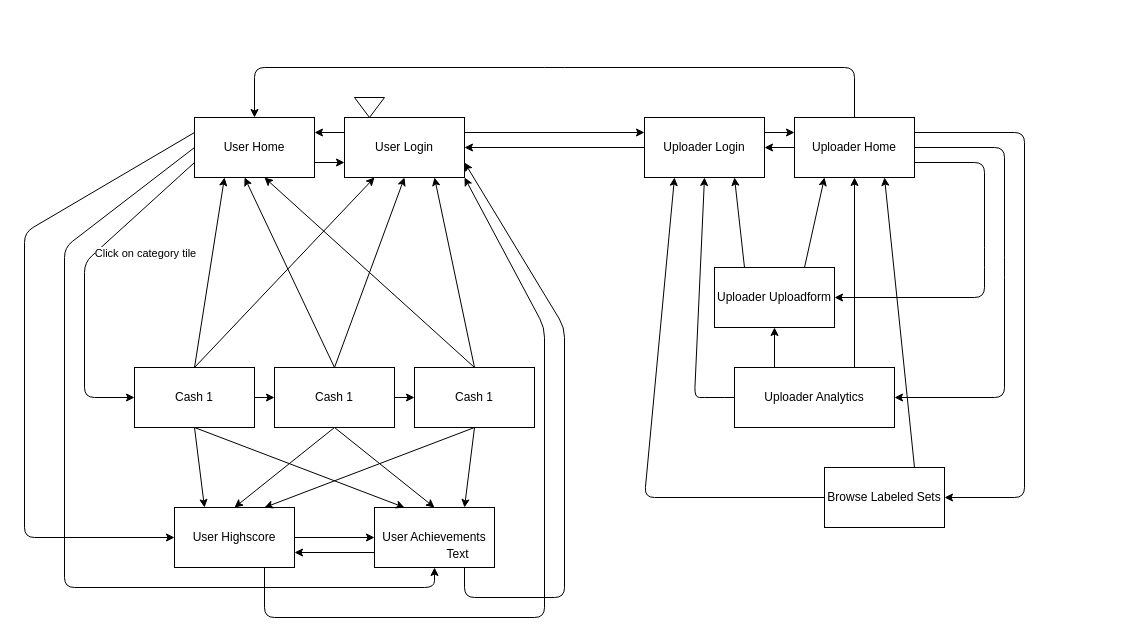
Earlier version of the draw.io diagram flowchart.drawio (loychris/image-labeler-app). Source tidied: cells renumbered, new cells numbered last; positions are measured from the earlier drawing's top-left corner, leaving out a move shared by most shapes. Both pictures are drawn from the tidied source at 100%, with x=0, y=0 at pixel (24, 67).
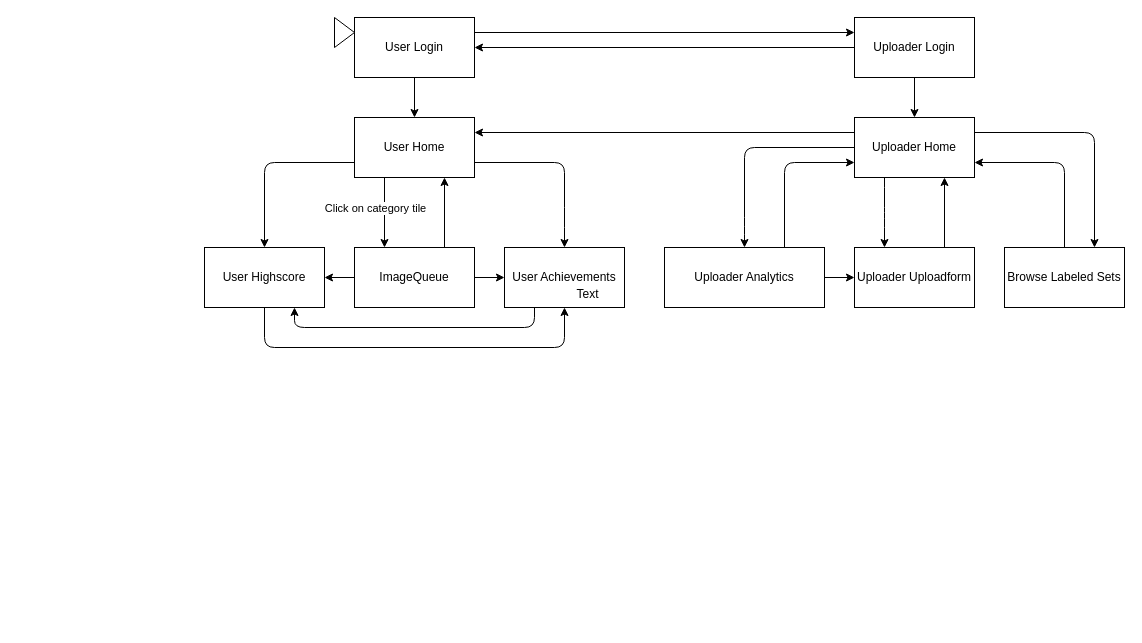
Above is the later version.

Commit message:
Remove all arrows back to login. Rearranged, now flow from top to bottom.

What changed in the source:
```diff
@@
-    <mxCell id="2" value="Uploader Login" style="rounded=0;whiteSpace=wrap;html=1;" parent="1" vertex="1">
-      <mxGeometry x="620" y="50" width="120" height="60" as="geometry" />
-    </mxCell>
     <mxCell id="3" value="User Home" style="rounded=0;whiteSpace=wrap;html=1;" parent="1" vertex="1">
-      <mxGeometry x="170" y="50" width="120" height="60" as="geometry" />
+      <mxGeometry x="330" y="50" width="120" height="60" as="geometry" />
     </mxCell>
     <mxCell id="4" value="Uploader Home" style="rounded=0;whiteSpace=wrap;html=1;" parent="1" vertex="1">
-      <mxGeometry x="770" y="50" width="120" height="60" as="geometry" />
+      <mxGeometry x="830" y="50" width="120" height="60" as="geometry" />
     </mxCell>
     <mxCell id="5" value="User Login" style="rounded=0;whiteSpace=wrap;html=1;" parent="1" vertex="1">
-      <mxGeometry x="320" y="50" width="120" height="60" as="geometry" />
+      <mxGeometry x="330" y="-50" width="120" height="60" as="geometry" />
     </mxCell>
     <mxCell id="6" value="Uploader Uploadform" style="rounded=0;whiteSpace=wrap;html=1;" parent="1" vertex="1">
-      <mxGeometry x="690" y="200" width="120" height="60" as="geometry" />
+      <mxGeometry x="830" y="180" width="120" height="60" as="geometry" />
     </mxCell>
     <mxCell id="7" value="Uploader Analytics" style="rounded=0;whiteSpace=wrap;html=1;" parent="1" vertex="1">
-      <mxGeometry x="710" y="300" width="160" height="60" as="geometry" />
+      <mxGeometry x="640" y="180" width="160" height="60" as="geometry" />
     </mxCell>
     <mxCell id="8" value="Browse Labeled Sets" style="rounded=0;whiteSpace=wrap;html=1;" parent="1" vertex="1">
-      <mxGeometry x="800" y="400" width="120" height="60" as="geometry" />
+      <mxGeometry x="980" y="180" width="120" height="60" as="geometry" />
     </mxCell>
     <mxCell id="9" value="User Achievements" style="rounded=0;whiteSpace=wrap;html=1;" parent="1" vertex="1">
-      <mxGeometry x="350" y="440" width="120" height="60" as="geometry" />
+      <mxGeometry x="480" y="180" width="120" height="60" as="geometry" />
     </mxCell>
@@
     <mxCell id="11" value="User Highscore" style="rounded=0;whiteSpace=wrap;html=1;" parent="1" vertex="1">
-      <mxGeometry x="150" y="440" width="120" height="60" as="geometry" />
+      <mxGeometry x="180" y="180" width="120" height="60" as="geometry" />
     </mxCell>
-    <mxCell id="12" value="Cash 1" style="rounded=0;whiteSpace=wrap;html=1;" parent="1" vertex="1">
-      <mxGeometry x="110" y="300" width="120" height="60" as="geometry" />
+    <mxCell id="12" value="ImageQueue" style="rounded=0;whiteSpace=wrap;html=1;" parent="1" vertex="1">
+      <mxGeometry x="330" y="180" width="120" height="60" as="geometry" />
     </mxCell>
-    <mxCell id="13" value="Cash 1" style="rounded=0;whiteSpace=wrap;html=1;" parent="1" vertex="1">
-      <mxGeometry x="250" y="300" width="120" height="60" as="geometry" />
-    </mxCell>
-    <mxCell id="14" value="Cash 1" style="rounded=0;whiteSpace=wrap;html=1;" parent="1" vertex="1">
-      <mxGeometry x="390" y="300" width="120" height="60" as="geometry" />
-    </mxCell>
@@
-    <mxCell id="17" style="endArrow=classic;html=1;entryX=0;entryY=0.5;entryDx=0;entryDy=0;exitX=0;exitY=0.25;exitDx=0;exitDy=0;" parent="1" edge="1" source="3" target="11">
+    <mxCell id="17" style="endArrow=classic;html=1;entryX=0.5;entryY=0;entryDx=0;entryDy=0;exitX=0;exitY=0.75;exitDx=0;exitDy=0;" parent="1" edge="1" source="3" target="11">
       <mxGeometry relative="1" as="geometry">
         <Array as="points">
-          <mxPoint y="165" />
-          <mxPoint y="470" />
+          <mxPoint x="240" y="95" />
         </Array>
       </mxGeometry>
     </mxCell>
-    <mxCell id="18" style="endArrow=classic;html=1;entryX=0.5;entryY=1;entryDx=0;entryDy=0;exitX=0;exitY=0.5;exitDx=0;exitDy=0;" parent="1" edge="1" source="3" target="9">
+    <mxCell id="18" style="endArrow=classic;html=1;exitX=1;exitY=0.75;exitDx=0;exitDy=0;entryX=0.5;entryY=0;entryDx=0;entryDy=0;" parent="1" edge="1" source="3" target="9">
       <mxGeometry relative="1" as="geometry">
         <Array as="points">
-          <mxPoint x="40" y="180" />
-          <mxPoint x="40" y="520" />
-          <mxPoint x="410" y="520" />
+          <mxPoint x="540" y="95" />
+          <mxPoint x="540" y="150" />
         </Array>
       </mxGeometry>
     </mxCell>
-    <mxCell id="19" style="endArrow=classic;html=1;entryX=0;entryY=0.5;entryDx=0;entryDy=0;exitX=0;exitY=0.75;exitDx=0;exitDy=0;" parent="1" edge="1" source="3" target="12">
-      <mxGeometry relative="1" as="geometry">
-        <Array as="points">
-          <mxPoint x="60" y="195" />
-          <mxPoint x="60" y="330" />
-        </Array>
-      </mxGeometry>
+    <mxCell id="19" style="endArrow=classic;html=1;entryX=0.25;entryY=0;entryDx=0;entryDy=0;exitX=0.25;exitY=1;exitDx=0;exitDy=0;" parent="1" edge="1" source="3" target="12">
+      <mxGeometry relative="1" as="geometry" />
     </mxCell>
     <mxCell id="20" value="Click on category tile" style="edgeLabel;html=1;align=center;verticalAlign=middle;" parent="19" vertex="1">
       <mxGeometry relative="1" as="geometry">
-        <mxPoint x="60.3" y="-27.7" as="offset" />
+        <mxPoint x="-10" y="-5" as="offset" />
       </mxGeometry>
     </mxCell>
-    <mxCell id="21" style="endArrow=classic;html=1;exitX=1;exitY=0.5;exitDx=0;exitDy=0;entryX=0;entryY=0.5;entryDx=0;entryDy=0;" parent="1" edge="1" source="12" target="13">
-      <mxGeometry relative="1" as="geometry" />
-    </mxCell>
-    <mxCell id="22" style="endArrow=classic;html=1;exitX=1;exitY=0.5;exitDx=0;exitDy=0;entryX=0;entryY=0.5;entryDx=0;entryDy=0;" parent="1" edge="1" source="13" target="14">
-      <mxGeometry relative="1" as="geometry" />
-    </mxCell>
-    <mxCell id="23" style="endArrow=classic;html=1;exitX=0.5;exitY=0;exitDx=0;exitDy=0;entryX=0.25;entryY=1;entryDx=0;entryDy=0;" parent="1" edge="1" source="12" target="3">
+    <mxCell id="23" style="endArrow=classic;html=1;exitX=0.75;exitY=0;exitDx=0;exitDy=0;entryX=0.75;entryY=1;entryDx=0;entryDy=0;" parent="1" edge="1" source="12" target="3">
       <mxGeometry relative="1" as="geometry" />
     </mxCell>
-    <mxCell id="24" style="endArrow=classic;html=1;entryX=0.583;entryY=1;entryDx=0;entryDy=0;entryPerimeter=0;exitX=0.5;exitY=0;exitDx=0;exitDy=0;" parent="1" edge="1" source="14" target="3">
-      <mxGeometry relative="1" as="geometry" />
-    </mxCell>
-    <mxCell id="25" style="endArrow=classic;html=1;exitX=0.5;exitY=0;exitDx=0;exitDy=0;entryX=0.417;entryY=1;entryDx=0;entryDy=0;entryPerimeter=0;" parent="1" edge="1" source="13" target="3">
-      <mxGeometry relative="1" as="geometry" />
-    </mxCell>
-    <mxCell id="26" style="endArrow=classic;html=1;exitX=0.5;exitY=0;exitDx=0;exitDy=0;entryX=0.25;entryY=1;entryDx=0;entryDy=0;" parent="1" edge="1" source="12" target="5">
-      <mxGeometry relative="1" as="geometry" />
-    </mxCell>
-    <mxCell id="27" style="endArrow=classic;html=1;entryX=0.5;entryY=1;entryDx=0;entryDy=0;" parent="1" edge="1" target="5">
-      <mxGeometry relative="1" as="geometry">
-        <mxPoint x="310" y="300" as="sourcePoint" />
-      </mxGeometry>
-    </mxCell>
-    <mxCell id="28" style="endArrow=classic;html=1;entryX=0.75;entryY=1;entryDx=0;entryDy=0;exitX=0.5;exitY=0;exitDx=0;exitDy=0;" parent="1" edge="1" source="14" target="5">
-      <mxGeometry relative="1" as="geometry" />
-    </mxCell>
-    <mxCell id="29" style="endArrow=classic;html=1;exitX=0.5;exitY=1;exitDx=0;exitDy=0;entryX=0.25;entryY=0;entryDx=0;entryDy=0;" parent="1" edge="1" source="12" target="11">
+    <mxCell id="29" style="endArrow=classic;html=1;exitX=0;exitY=0.5;exitDx=0;exitDy=0;entryX=1;entryY=0.5;entryDx=0;entryDy=0;" parent="1" edge="1" source="12" target="11">
       <mxGeometry relative="1" as="geometry" />
     </mxCell>
-    <mxCell id="30" style="endArrow=classic;html=1;entryX=0.25;entryY=0;entryDx=0;entryDy=0;exitX=0.5;exitY=1;exitDx=0;exitDy=0;" parent="1" edge="1" source="12" target="9">
+    <mxCell id="30" style="endArrow=classic;html=1;entryX=0;entryY=0.5;entryDx=0;entryDy=0;exitX=1;exitY=0.5;exitDx=0;exitDy=0;" parent="1" edge="1" source="12" target="9">
       <mxGeometry relative="1" as="geometry" />
     </mxCell>
-    <mxCell id="31" style="endArrow=classic;html=1;entryX=0.5;entryY=0;entryDx=0;entryDy=0;exitX=0.5;exitY=1;exitDx=0;exitDy=0;" parent="1" edge="1" source="13" target="11">
-      <mxGeometry relative="1" as="geometry" />
-    </mxCell>
-    <mxCell id="32" style="endArrow=classic;html=1;entryX=0.5;entryY=0;entryDx=0;entryDy=0;" parent="1" edge="1" target="9">
-      <mxGeometry relative="1" as="geometry">
-        <mxPoint x="310" y="360" as="sourcePoint" />
-      </mxGeometry>
-    </mxCell>
-    <mxCell id="33" style="endArrow=classic;html=1;exitX=0.5;exitY=1;exitDx=0;exitDy=0;entryX=0.75;entryY=0;entryDx=0;entryDy=0;" parent="1" edge="1" source="14" target="11">
-      <mxGeometry relative="1" as="geometry" />
-    </mxCell>
-    <mxCell id="34" style="endArrow=classic;html=1;exitX=0.5;exitY=1;exitDx=0;exitDy=0;entryX=0.75;entryY=0;entryDx=0;entryDy=0;" parent="1" edge="1" source="14" target="9">
-      <mxGeometry relative="1" as="geometry" />
-    </mxCell>
-    <mxCell id="35" style="endArrow=classic;html=1;exitX=0;exitY=0.25;exitDx=0;exitDy=0;entryX=1;entryY=0.25;entryDx=0;entryDy=0;" parent="1" edge="1" source="5" target="3">
-      <mxGeometry relative="1" as="geometry" />
+    <mxCell id="35" style="endArrow=classic;html=1;entryX=0.5;entryY=0;entryDx=0;entryDy=0;" parent="1" edge="1" target="3">
+      <mxGeometry relative="1" as="geometry">
+        <mxPoint x="390" y="10" as="sourcePoint" />
+      </mxGeometry>
     </mxCell>
-    <mxCell id="36" style="endArrow=classic;html=1;exitX=1;exitY=0.5;exitDx=0;exitDy=0;" parent="1" edge="1" source="11" target="9">
-      <mxGeometry relative="1" as="geometry" />
+    <mxCell id="36" style="endArrow=classic;html=1;exitX=0.5;exitY=1;exitDx=0;exitDy=0;entryX=0.5;entryY=1;entryDx=0;entryDy=0;" parent="1" edge="1" source="11" target="9">
+      <mxGeometry relative="1" as="geometry">
+        <Array as="points">
+          <mxPoint x="240" y="280" />
+          <mxPoint x="540" y="280" />
+        </Array>
+      </mxGeometry>
     </mxCell>
-    <mxCell id="37" style="endArrow=classic;html=1;exitX=0.75;exitY=1;exitDx=0;exitDy=0;entryX=1;entryY=1;entryDx=0;entryDy=0;" parent="1" edge="1" source="11" target="5">
-      <mxGeometry relative="1" as="geometry">
-        <Array as="points">
-          <mxPoint x="240" y="550" />
-          <mxPoint x="520" y="550" />
-          <mxPoint x="520" y="260" />
-        </Array>
-      </mxGeometry>
-    </mxCell>
-    <mxCell id="38" style="endArrow=classic;html=1;exitX=0;exitY=0.75;exitDx=0;exitDy=0;entryX=1;entryY=0.75;entryDx=0;entryDy=0;" parent="1" edge="1" source="9" target="11">
-      <mxGeometry relative="1" as="geometry" />
+    <mxCell id="38" style="endArrow=classic;html=1;exitX=0.25;exitY=1;exitDx=0;exitDy=0;entryX=0.75;entryY=1;entryDx=0;entryDy=0;" parent="1" edge="1" source="9" target="11">
+      <mxGeometry relative="1" as="geometry">
+        <Array as="points">
+          <mxPoint x="510" y="260" />
+          <mxPoint x="270" y="260" />
+        </Array>
+      </mxGeometry>
     </mxCell>
-    <mxCell id="39" style="endArrow=classic;html=1;exitX=0.75;exitY=1;exitDx=0;exitDy=0;entryX=1;entryY=0.75;entryDx=0;entryDy=0;" parent="1" edge="1" source="9" target="5">
-      <mxGeometry relative="1" as="geometry">
-        <Array as="points">
-          <mxPoint x="440" y="530" />
-          <mxPoint x="540" y="530" />
-          <mxPoint x="540" y="260" />
-        </Array>
-      </mxGeometry>
-    </mxCell>
-    <mxCell id="40" style="endArrow=classic;html=1;exitX=1;exitY=0.75;exitDx=0;exitDy=0;entryX=0;entryY=0.75;entryDx=0;entryDy=0;" parent="1" edge="1" source="3" target="5">
-      <mxGeometry relative="1" as="geometry" />
-    </mxCell>
-    <mxCell id="41" style="triangle;whiteSpace=wrap;html=1;direction=south;" parent="1" vertex="1">
-      <mxGeometry x="330" y="30" width="30" height="20" as="geometry" />
-    </mxCell>
-    <mxCell id="42" style="endArrow=classic;html=1;exitX=1;exitY=0.25;exitDx=0;exitDy=0;entryX=0;entryY=0.25;entryDx=0;entryDy=0;" parent="1" edge="1" source="2" target="4">
+    <mxCell id="42" style="endArrow=classic;html=1;exitX=0.5;exitY=1;exitDx=0;exitDy=0;" parent="1" edge="1" source="2" target="4">
       <mxGeometry relative="1" as="geometry" />
     </mxCell>
-    <mxCell id="43" style="endArrow=classic;html=1;entryX=1;entryY=0.5;entryDx=0;entryDy=0;exitX=0;exitY=0.5;exitDx=0;exitDy=0;" parent="1" edge="1" source="4" target="2">
-      <mxGeometry relative="1" as="geometry" />
-    </mxCell>
-    <mxCell id="44" style="endArrow=classic;html=1;exitX=0.5;exitY=0;exitDx=0;exitDy=0;entryX=0.5;entryY=0;entryDx=0;entryDy=0;" parent="1" edge="1" source="4" target="3">
-      <mxGeometry relative="1" as="geometry">
-        <Array as="points">
-          <mxPoint x="830" />
-          <mxPoint x="530" />
-          <mxPoint x="230" />
-        </Array>
-      </mxGeometry>
-    </mxCell>
-    <mxCell id="45" style="endArrow=classic;html=1;exitX=1;exitY=0.25;exitDx=0;exitDy=0;entryX=1;entryY=0.5;entryDx=0;entryDy=0;" parent="1" edge="1" source="4" target="8">
+    <mxCell id="45" style="endArrow=classic;html=1;exitX=1;exitY=0.25;exitDx=0;exitDy=0;" parent="1" edge="1" source="4">
       <mxGeometry relative="1" as="geometry">
+        <mxPoint x="1070" y="180" as="targetPoint" />
         <Array as="points">
-          <mxPoint x="1000" y="65" />
-          <mxPoint x="1000" y="430" />
+          <mxPoint x="1070" y="65" />
         </Array>
       </mxGeometry>
     </mxCell>
-    <mxCell id="46" style="endArrow=classic;html=1;exitX=1;exitY=0.5;exitDx=0;exitDy=0;entryX=1;entryY=0.5;entryDx=0;entryDy=0;" parent="1" edge="1" source="4" target="7">
+    <mxCell id="46" style="endArrow=classic;html=1;exitX=0;exitY=0.5;exitDx=0;exitDy=0;" parent="1" edge="1" source="4">
       <mxGeometry relative="1" as="geometry">
+        <mxPoint x="720" y="180" as="targetPoint" />
         <Array as="points">
-          <mxPoint x="980" y="80" />
-          <mxPoint x="980" y="200" />
-          <mxPoint x="980" y="330" />
+          <mxPoint x="720" y="80" />
+          <mxPoint x="720" y="160" />
+          <mxPoint x="720" y="180" />
         </Array>
       </mxGeometry>
     </mxCell>
-    <mxCell id="47" style="endArrow=classic;html=1;exitX=1;exitY=0.75;exitDx=0;exitDy=0;entryX=1;entryY=0.5;entryDx=0;entryDy=0;" parent="1" edge="1" source="4" target="6">
+    <mxCell id="47" style="endArrow=classic;html=1;exitX=0.25;exitY=1;exitDx=0;exitDy=0;entryX=0.25;entryY=0;entryDx=0;entryDy=0;" parent="1" edge="1" source="4" target="6">
       <mxGeometry relative="1" as="geometry">
         <Array as="points">
-          <mxPoint x="960" y="95" />
-          <mxPoint x="960" y="190" />
-          <mxPoint x="960" y="230" />
+          <mxPoint x="860" y="130" />
+          <mxPoint x="860" y="150" />
         </Array>
       </mxGeometry>
     </mxCell>
-    <mxCell id="48" style="endArrow=classic;html=1;exitX=0.25;exitY=0;exitDx=0;exitDy=0;entryX=0.75;entryY=1;entryDx=0;entryDy=0;" parent="1" edge="1" source="6" target="2">
-      <mxGeometry relative="1" as="geometry" />
-    </mxCell>
-    <mxCell id="49" style="endArrow=classic;html=1;exitX=0.75;exitY=0;exitDx=0;exitDy=0;entryX=0.25;entryY=1;entryDx=0;entryDy=0;" parent="1" edge="1" source="6" target="4">
+    <mxCell id="49" style="endArrow=classic;html=1;exitX=0.75;exitY=0;exitDx=0;exitDy=0;entryX=0.75;entryY=1;entryDx=0;entryDy=0;" parent="1" edge="1" source="6" target="4">
       <mxGeometry relative="1" as="geometry" />
     </mxCell>
-    <mxCell id="50" style="endArrow=classic;html=1;exitX=0;exitY=0.5;exitDx=0;exitDy=0;entryX=0.5;entryY=1;entryDx=0;entryDy=0;" parent="1" edge="1" source="7" target="2">
-      <mxGeometry relative="1" as="geometry">
-        <Array as="points">
-          <mxPoint x="690" y="330" />
-          <mxPoint x="670" y="330" />
-        </Array>
-      </mxGeometry>
-    </mxCell>
-    <mxCell id="51" style="endArrow=classic;html=1;entryX=0.5;entryY=1;entryDx=0;entryDy=0;exitX=0.75;exitY=0;exitDx=0;exitDy=0;" parent="1" edge="1" source="7" target="4">
-      <mxGeometry relative="1" as="geometry" />
+    <mxCell id="51" style="endArrow=classic;html=1;entryX=0;entryY=0.75;entryDx=0;entryDy=0;exitX=0.75;exitY=0;exitDx=0;exitDy=0;" parent="1" edge="1" source="7" target="4">
+      <mxGeometry relative="1" as="geometry">
+        <Array as="points">
+          <mxPoint x="760" y="95" />
+        </Array>
+      </mxGeometry>
     </mxCell>
-    <mxCell id="52" style="endArrow=classic;html=1;exitX=0;exitY=0.5;exitDx=0;exitDy=0;entryX=0.25;entryY=1;entryDx=0;entryDy=0;" parent="1" edge="1" source="8" target="2">
-      <mxGeometry relative="1" as="geometry">
-        <Array as="points">
-          <mxPoint x="620" y="430" />
-        </Array>
-      </mxGeometry>
-    </mxCell>
-    <mxCell id="53" style="endArrow=classic;html=1;exitX=0.75;exitY=0;exitDx=0;exitDy=0;entryX=0.75;entryY=1;entryDx=0;entryDy=0;" parent="1" edge="1" source="8" target="4">
-      <mxGeometry relative="1" as="geometry" />
+    <mxCell id="53" style="endArrow=classic;html=1;exitX=0.5;exitY=0;exitDx=0;exitDy=0;entryX=1;entryY=0.75;entryDx=0;entryDy=0;" parent="1" edge="1" source="8" target="4">
+      <mxGeometry relative="1" as="geometry">
+        <Array as="points">
+          <mxPoint x="1040" y="95" />
+        </Array>
+      </mxGeometry>
     </mxCell>
-    <mxCell id="54" style="endArrow=classic;html=1;exitX=0.25;exitY=0;exitDx=0;exitDy=0;" parent="1" edge="1" source="7" target="6">
+    <mxCell id="54" style="endArrow=classic;html=1;exitX=1;exitY=0.5;exitDx=0;exitDy=0;" parent="1" edge="1" source="7" target="6">
       <mxGeometry relative="1" as="geometry" />
     </mxCell>
+    <mxCell id="2" value="Uploader Login" style="rounded=0;whiteSpace=wrap;html=1;" parent="1" vertex="1">
+      <mxGeometry x="830" y="-50" width="120" height="60" as="geometry" />
+    </mxCell>
+    <mxCell id="44" style="endArrow=classic;html=1;exitX=0;exitY=0.25;exitDx=0;exitDy=0;entryX=1;entryY=0.25;entryDx=0;entryDy=0;" parent="1" edge="1" source="4" target="3">
+      <mxGeometry relative="1" as="geometry" />
+    </mxCell>
+    <mxCell id="55" style="triangle;whiteSpace=wrap;html=1;" parent="1" vertex="1">
+      <mxGeometry x="310" y="-50" width="20" height="30" as="geometry" />
+    </mxCell>
```
